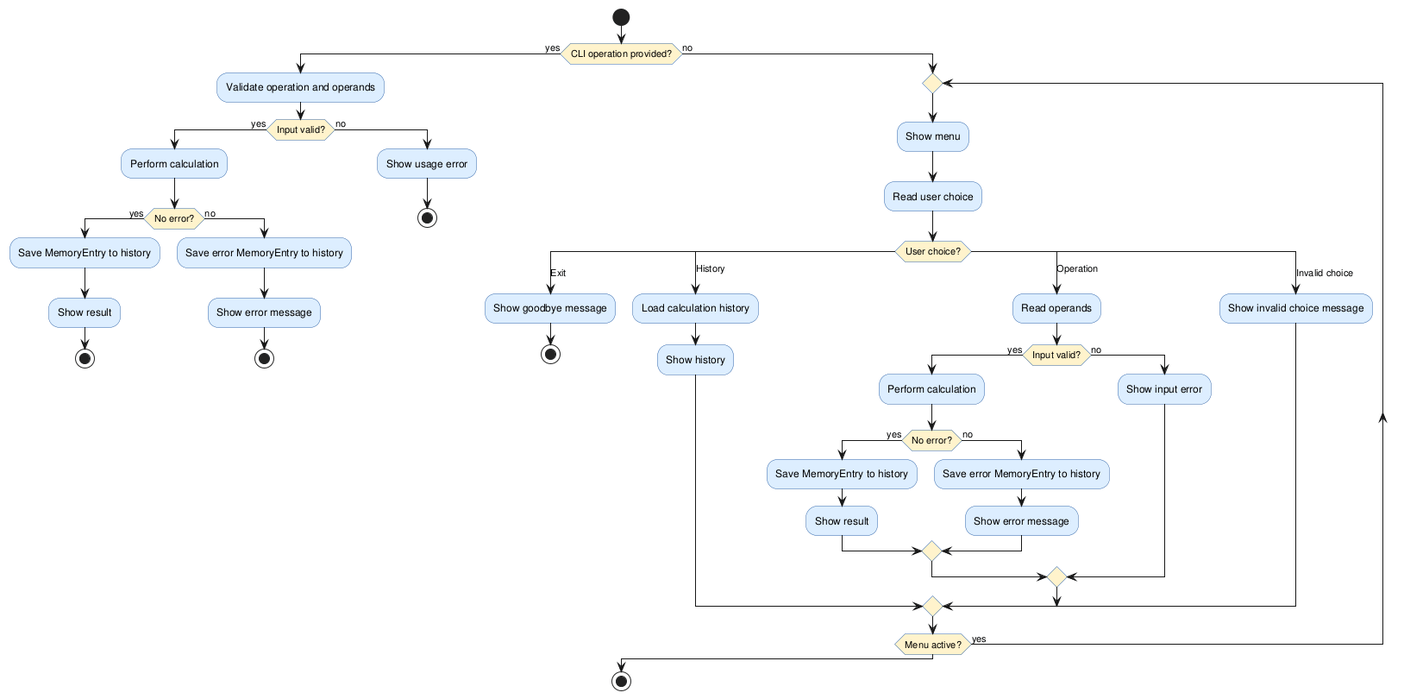
The PlantUML diagram experiments/pipeline/user_stories/calculator/artifacts/activity_diagram.png in DanielRiha8906/Software_autoevolution_using_agents, before a commit.
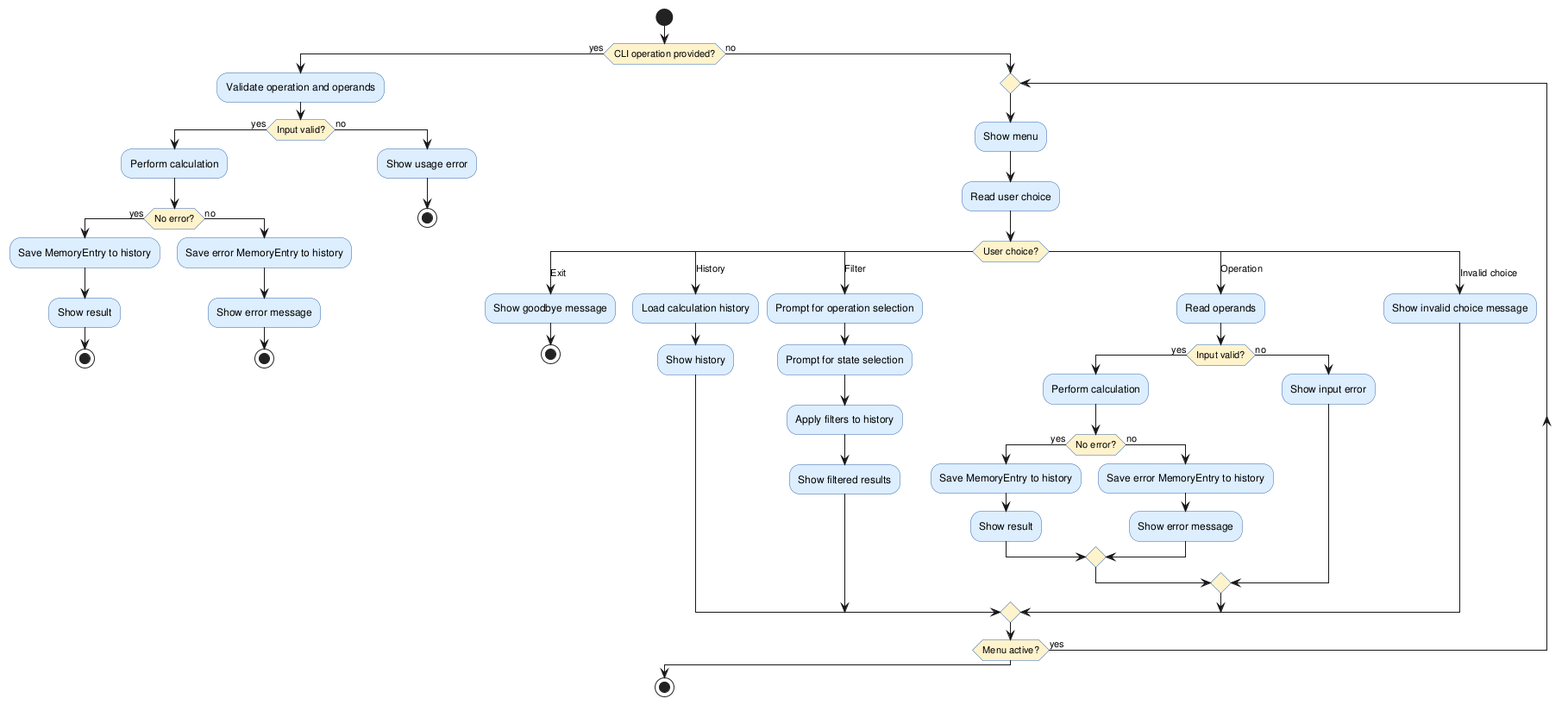
After the commit.

The edit, as a diff of the source:
```diff
@@ -44,6 +44,12 @@
         :Load calculation history;
         :Show history;
 
+      case (Filter)
+        :Prompt for operation selection;
+        :Prompt for state selection;
+        :Apply filters to history;
+        :Show filtered results;
+
       case (Operation)
         :Read operands;
 
```
